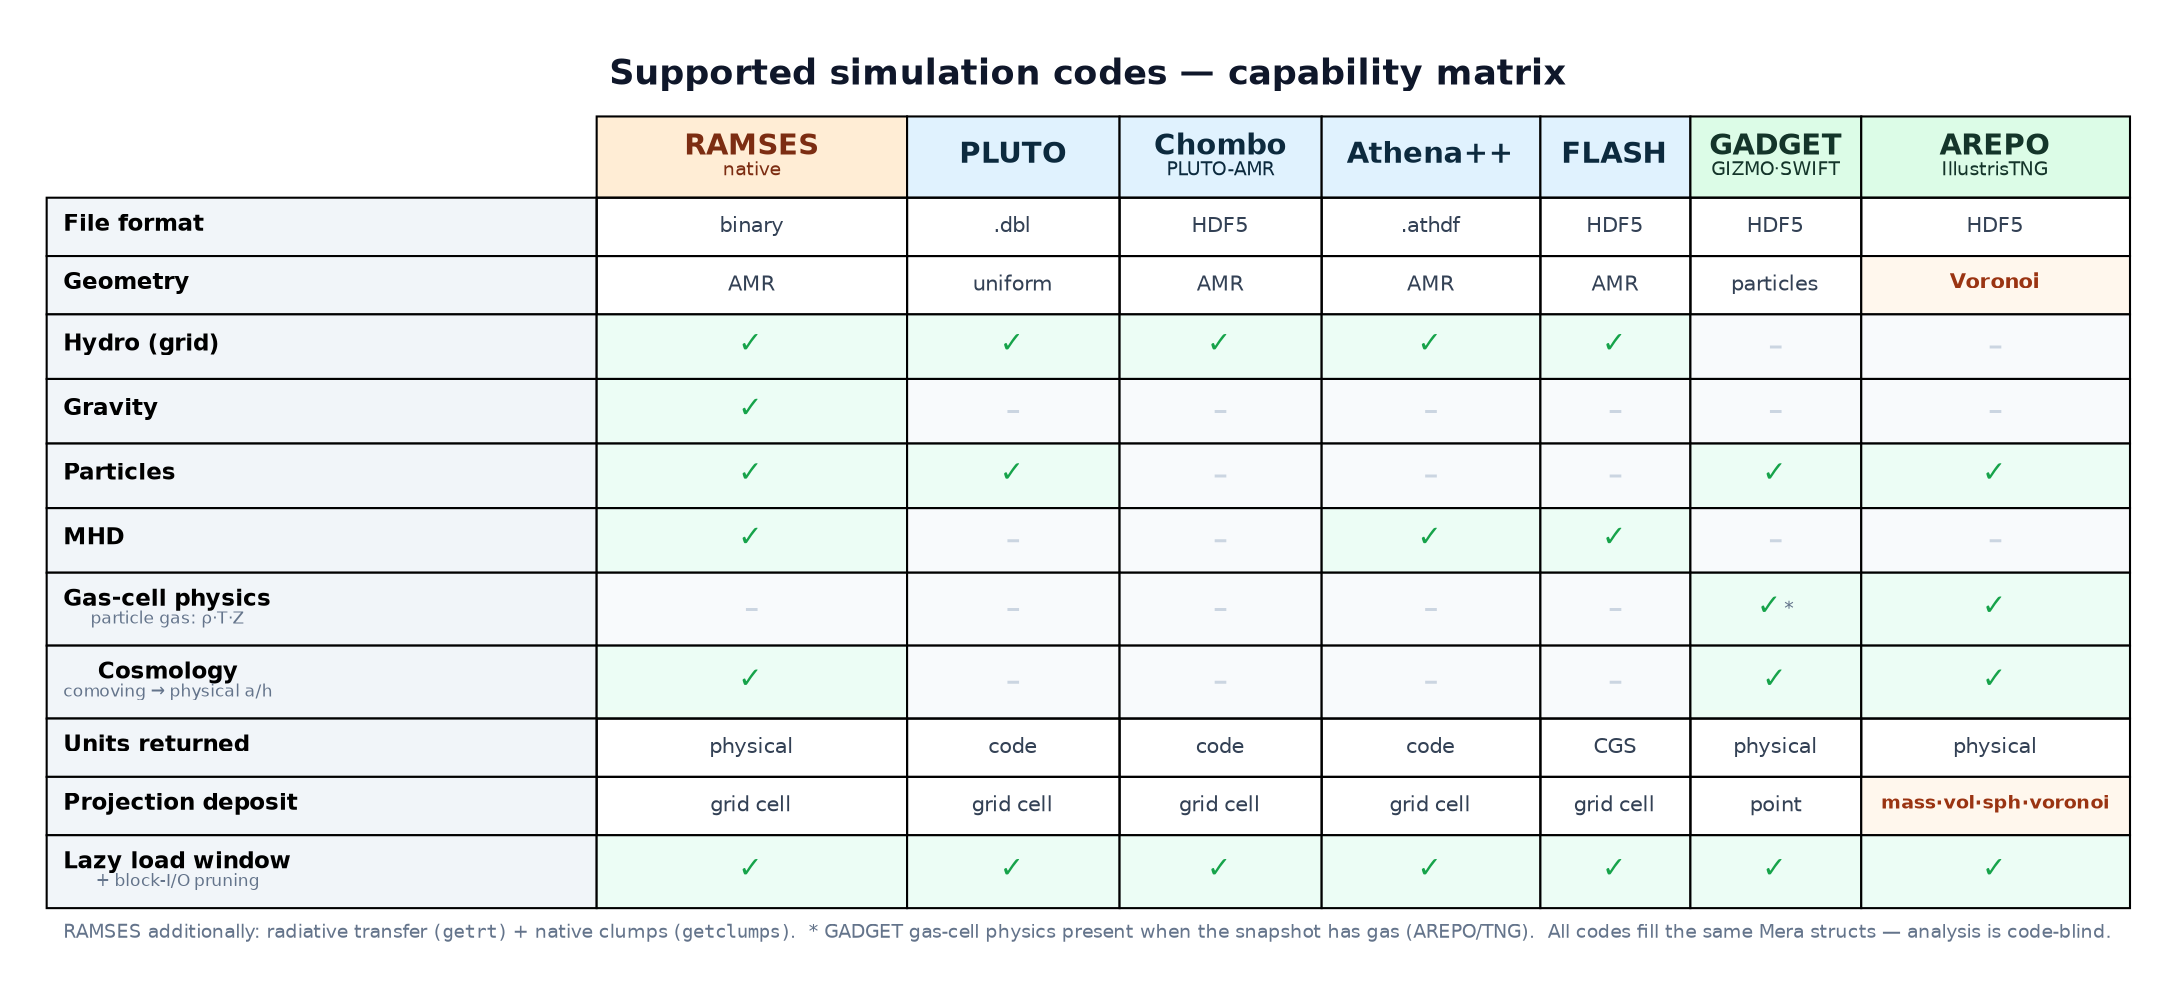
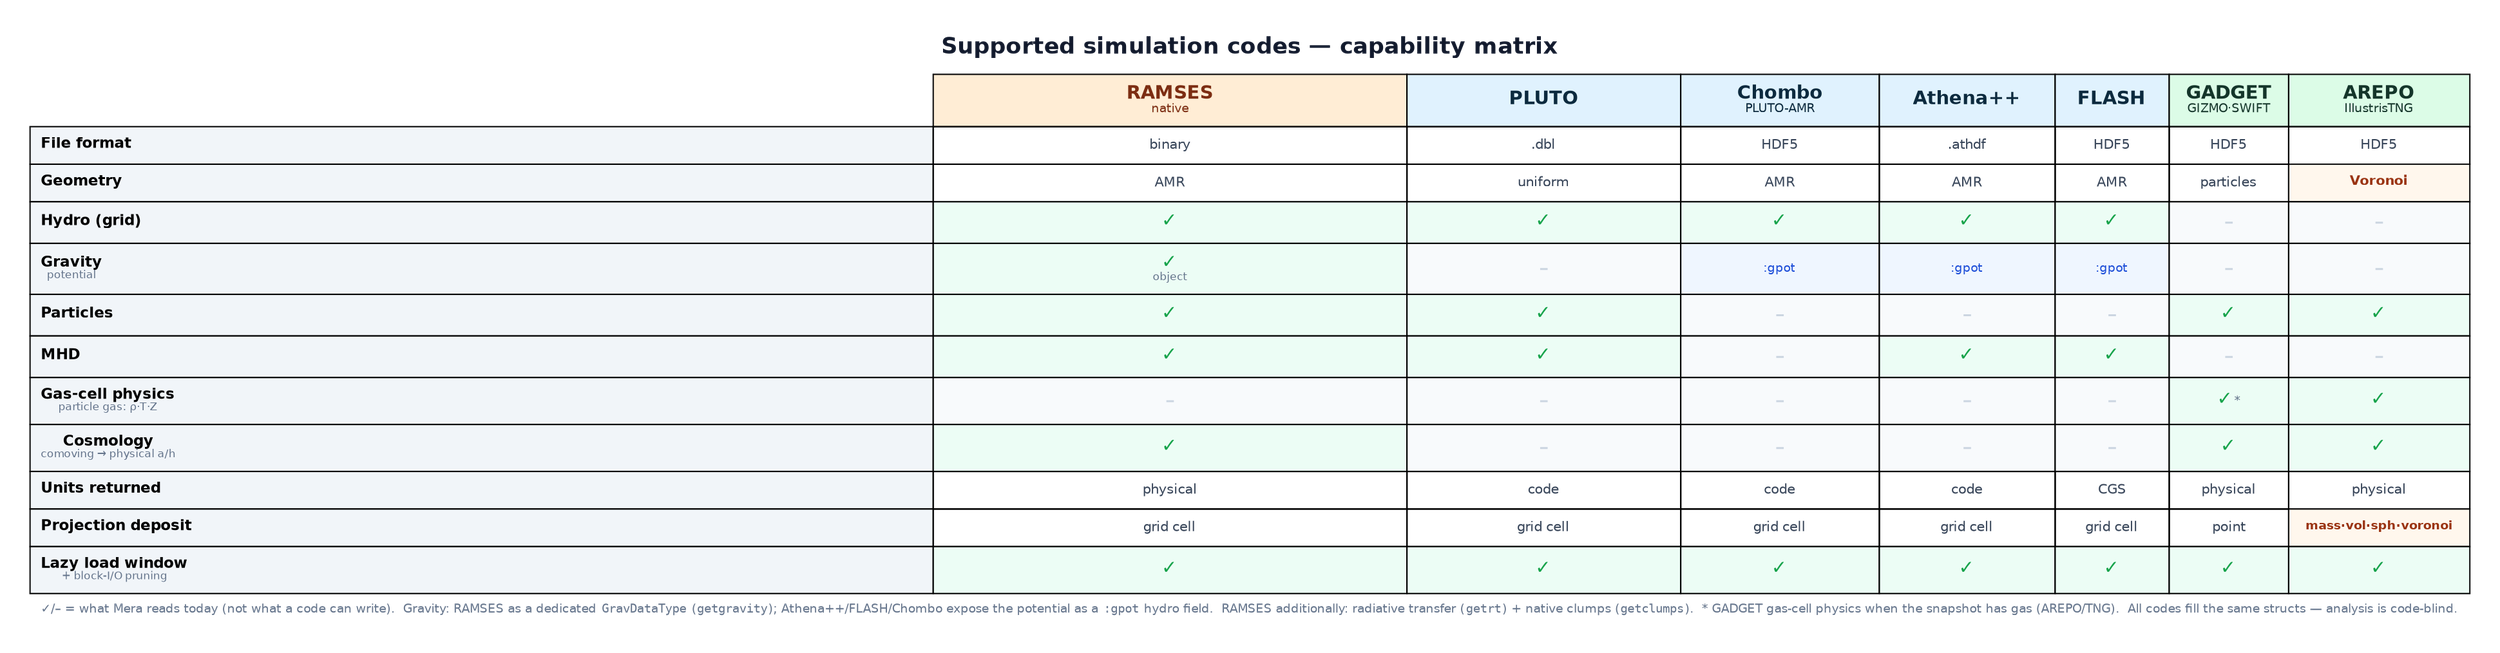
// Mera.jl multi-code capability matrix — source for docs/src/assets/MulticodeCapabilities.png
// Render: dot -Tpng -Gdpi=170 docs/multicode_capabilities.dot -o docs/src/assets/MulticodeCapabilities.png
//
// Companion to TypeHierarchy.png: that one maps codes -> structs; this one compares what each
// code supports. Header colour = family (orange native, blue grid/AMR, green particle/moving-mesh).
// Grounded in the "Supported codes" table in docs/src/multicode.md + the AREPO gas/projection rows.
digraph Capabilities {
    bgcolor="transparent";
    pad=0.2;
    node [shape=plaintext, fontname="Helvetica"];

    M [label=<
    <TABLE BORDER="0" CELLBORDER="1" CELLSPACING="0" CELLPADDING="7">
      <TR><TD COLSPAN="8" BORDER="0" CELLPADDING="9"><FONT POINT-SIZE="17" COLOR="#0f172a"><B>Supported simulation codes &#8212; capability matrix</B></FONT></TD></TR>
      <TR>
        <TD BORDER="0"></TD>
        <TD BGCOLOR="#ffedd5"><FONT COLOR="#7c2d12"><B>RAMSES</B><BR/><FONT POINT-SIZE="9">native</FONT></FONT></TD>
        <TD BGCOLOR="#e0f2fe"><FONT COLOR="#0c2a3e"><B>PLUTO</B></FONT></TD>
        <TD BGCOLOR="#e0f2fe"><FONT COLOR="#0c2a3e"><B>Chombo</B><BR/><FONT POINT-SIZE="9">PLUTO-AMR</FONT></FONT></TD>
        <TD BGCOLOR="#e0f2fe"><FONT COLOR="#0c2a3e"><B>Athena++</B></FONT></TD>
        <TD BGCOLOR="#e0f2fe"><FONT COLOR="#0c2a3e"><B>FLASH</B></FONT></TD>
        <TD BGCOLOR="#dcfce7"><FONT COLOR="#14352a"><B>GADGET</B><BR/><FONT POINT-SIZE="9">GIZMO&#183;SWIFT</FONT></FONT></TD>
        <TD BGCOLOR="#dcfce7"><FONT COLOR="#14352a"><B>AREPO</B><BR/><FONT POINT-SIZE="9">IllustrisTNG</FONT></FONT></TD>
      </TR>

      <TR>
        <TD ALIGN="LEFT" BGCOLOR="#f1f5f9"><FONT POINT-SIZE="11"><B>File format</B></FONT></TD>
        <TD><FONT POINT-SIZE="10" COLOR="#334155">binary</FONT></TD>
        <TD><FONT POINT-SIZE="10" COLOR="#334155">.dbl</FONT></TD>
        <TD><FONT POINT-SIZE="10" COLOR="#334155">HDF5</FONT></TD>
        <TD><FONT POINT-SIZE="10" COLOR="#334155">.athdf</FONT></TD>
        <TD><FONT POINT-SIZE="10" COLOR="#334155">HDF5</FONT></TD>
        <TD><FONT POINT-SIZE="10" COLOR="#334155">HDF5</FONT></TD>
        <TD><FONT POINT-SIZE="10" COLOR="#334155">HDF5</FONT></TD>
      </TR>
      <TR>
        <TD ALIGN="LEFT" BGCOLOR="#f1f5f9"><FONT POINT-SIZE="11"><B>Geometry</B></FONT></TD>
        <TD><FONT POINT-SIZE="10" COLOR="#334155">AMR</FONT></TD>
        <TD><FONT POINT-SIZE="10" COLOR="#334155">uniform</FONT></TD>
        <TD><FONT POINT-SIZE="10" COLOR="#334155">AMR</FONT></TD>
        <TD><FONT POINT-SIZE="10" COLOR="#334155">AMR</FONT></TD>
        <TD><FONT POINT-SIZE="10" COLOR="#334155">AMR</FONT></TD>
        <TD><FONT POINT-SIZE="10" COLOR="#334155">particles</FONT></TD>
        <TD BGCOLOR="#fff7ed"><FONT POINT-SIZE="10" COLOR="#9a3412"><B>Voronoi</B></FONT></TD>
      </TR>
      <TR>
        <TD ALIGN="LEFT" BGCOLOR="#f1f5f9"><FONT POINT-SIZE="11"><B>Hydro (grid)</B></FONT></TD>
        <TD BGCOLOR="#ecfdf5"><FONT COLOR="#16a34a"><B>&#10003;</B></FONT></TD>
        <TD BGCOLOR="#ecfdf5"><FONT COLOR="#16a34a"><B>&#10003;</B></FONT></TD>
        <TD BGCOLOR="#ecfdf5"><FONT COLOR="#16a34a"><B>&#10003;</B></FONT></TD>
        <TD BGCOLOR="#ecfdf5"><FONT COLOR="#16a34a"><B>&#10003;</B></FONT></TD>
        <TD BGCOLOR="#ecfdf5"><FONT COLOR="#16a34a"><B>&#10003;</B></FONT></TD>
        <TD BGCOLOR="#f8fafc"><FONT COLOR="#cbd5e1">&#8211;</FONT></TD>
        <TD BGCOLOR="#f8fafc"><FONT COLOR="#cbd5e1">&#8211;</FONT></TD>
      </TR>
      <TR>
-         <TD ALIGN="LEFT" BGCOLOR="#f1f5f9"><FONT POINT-SIZE="11"><B>Gravity</B></FONT></TD>
-         <TD BGCOLOR="#ecfdf5"><FONT COLOR="#16a34a"><B>&#10003;</B></FONT></TD>
+         <TD ALIGN="LEFT" BGCOLOR="#f1f5f9"><FONT POINT-SIZE="11"><B>Gravity</B><BR/><FONT POINT-SIZE="8.5" COLOR="#64748b">potential</FONT></FONT></TD>
+         <TD BGCOLOR="#ecfdf5"><FONT COLOR="#16a34a"><B>&#10003;</B></FONT><BR/><FONT POINT-SIZE="8" COLOR="#64748b">object</FONT></TD>
        <TD BGCOLOR="#f8fafc"><FONT COLOR="#cbd5e1">&#8211;</FONT></TD>
-         <TD BGCOLOR="#f8fafc"><FONT COLOR="#cbd5e1">&#8211;</FONT></TD>
-         <TD BGCOLOR="#f8fafc"><FONT COLOR="#cbd5e1">&#8211;</FONT></TD>
-         <TD BGCOLOR="#f8fafc"><FONT COLOR="#cbd5e1">&#8211;</FONT></TD>
+         <TD BGCOLOR="#eff6ff"><FONT POINT-SIZE="9.5" COLOR="#1d4ed8">:gpot</FONT></TD>
+         <TD BGCOLOR="#eff6ff"><FONT POINT-SIZE="9.5" COLOR="#1d4ed8">:gpot</FONT></TD>
+         <TD BGCOLOR="#eff6ff"><FONT POINT-SIZE="9.5" COLOR="#1d4ed8">:gpot</FONT></TD>
        <TD BGCOLOR="#f8fafc"><FONT COLOR="#cbd5e1">&#8211;</FONT></TD>
        <TD BGCOLOR="#f8fafc"><FONT COLOR="#cbd5e1">&#8211;</FONT></TD>
      </TR>
      <TR>
        <TD ALIGN="LEFT" BGCOLOR="#f1f5f9"><FONT POINT-SIZE="11"><B>Particles</B></FONT></TD>
        <TD BGCOLOR="#ecfdf5"><FONT COLOR="#16a34a"><B>&#10003;</B></FONT></TD>
        <TD BGCOLOR="#ecfdf5"><FONT COLOR="#16a34a"><B>&#10003;</B></FONT></TD>
        <TD BGCOLOR="#f8fafc"><FONT COLOR="#cbd5e1">&#8211;</FONT></TD>
        <TD BGCOLOR="#f8fafc"><FONT COLOR="#cbd5e1">&#8211;</FONT></TD>
        <TD BGCOLOR="#f8fafc"><FONT COLOR="#cbd5e1">&#8211;</FONT></TD>
        <TD BGCOLOR="#ecfdf5"><FONT COLOR="#16a34a"><B>&#10003;</B></FONT></TD>
        <TD BGCOLOR="#ecfdf5"><FONT COLOR="#16a34a"><B>&#10003;</B></FONT></TD>
      </TR>
      <TR>
        <TD ALIGN="LEFT" BGCOLOR="#f1f5f9"><FONT POINT-SIZE="11"><B>MHD</B></FONT></TD>
        <TD BGCOLOR="#ecfdf5"><FONT COLOR="#16a34a"><B>&#10003;</B></FONT></TD>
-         <TD BGCOLOR="#f8fafc"><FONT COLOR="#cbd5e1">&#8211;</FONT></TD>
+         <TD BGCOLOR="#ecfdf5"><FONT COLOR="#16a34a"><B>&#10003;</B></FONT></TD>
        <TD BGCOLOR="#f8fafc"><FONT COLOR="#cbd5e1">&#8211;</FONT></TD>
        <TD BGCOLOR="#ecfdf5"><FONT COLOR="#16a34a"><B>&#10003;</B></FONT></TD>
        <TD BGCOLOR="#ecfdf5"><FONT COLOR="#16a34a"><B>&#10003;</B></FONT></TD>
        <TD BGCOLOR="#f8fafc"><FONT COLOR="#cbd5e1">&#8211;</FONT></TD>
        <TD BGCOLOR="#f8fafc"><FONT COLOR="#cbd5e1">&#8211;</FONT></TD>
      </TR>
      <TR>
        <TD ALIGN="LEFT" BGCOLOR="#f1f5f9"><FONT POINT-SIZE="11"><B>Gas-cell physics</B><BR/><FONT POINT-SIZE="8.5" COLOR="#64748b">particle gas: &#961;&#183;T&#183;Z</FONT></FONT></TD>
        <TD BGCOLOR="#f8fafc"><FONT COLOR="#cbd5e1">&#8211;</FONT></TD>
        <TD BGCOLOR="#f8fafc"><FONT COLOR="#cbd5e1">&#8211;</FONT></TD>
        <TD BGCOLOR="#f8fafc"><FONT COLOR="#cbd5e1">&#8211;</FONT></TD>
        <TD BGCOLOR="#f8fafc"><FONT COLOR="#cbd5e1">&#8211;</FONT></TD>
        <TD BGCOLOR="#f8fafc"><FONT COLOR="#cbd5e1">&#8211;</FONT></TD>
        <TD BGCOLOR="#ecfdf5"><FONT COLOR="#16a34a"><B>&#10003;</B></FONT><FONT POINT-SIZE="9" COLOR="#64748b">*</FONT></TD>
        <TD BGCOLOR="#ecfdf5"><FONT COLOR="#16a34a"><B>&#10003;</B></FONT></TD>
      </TR>
      <TR>
        <TD ALIGN="LEFT" BGCOLOR="#f1f5f9"><FONT POINT-SIZE="11"><B>Cosmology</B><BR/><FONT POINT-SIZE="8.5" COLOR="#64748b">comoving &#8594; physical a/h</FONT></FONT></TD>
        <TD BGCOLOR="#ecfdf5"><FONT COLOR="#16a34a"><B>&#10003;</B></FONT></TD>
        <TD BGCOLOR="#f8fafc"><FONT COLOR="#cbd5e1">&#8211;</FONT></TD>
        <TD BGCOLOR="#f8fafc"><FONT COLOR="#cbd5e1">&#8211;</FONT></TD>
        <TD BGCOLOR="#f8fafc"><FONT COLOR="#cbd5e1">&#8211;</FONT></TD>
        <TD BGCOLOR="#f8fafc"><FONT COLOR="#cbd5e1">&#8211;</FONT></TD>
        <TD BGCOLOR="#ecfdf5"><FONT COLOR="#16a34a"><B>&#10003;</B></FONT></TD>
        <TD BGCOLOR="#ecfdf5"><FONT COLOR="#16a34a"><B>&#10003;</B></FONT></TD>
      </TR>
      <TR>
        <TD ALIGN="LEFT" BGCOLOR="#f1f5f9"><FONT POINT-SIZE="11"><B>Units returned</B></FONT></TD>
        <TD><FONT POINT-SIZE="10" COLOR="#334155">physical</FONT></TD>
        <TD><FONT POINT-SIZE="10" COLOR="#334155">code</FONT></TD>
        <TD><FONT POINT-SIZE="10" COLOR="#334155">code</FONT></TD>
        <TD><FONT POINT-SIZE="10" COLOR="#334155">code</FONT></TD>
        <TD><FONT POINT-SIZE="10" COLOR="#334155">CGS</FONT></TD>
        <TD><FONT POINT-SIZE="10" COLOR="#334155">physical</FONT></TD>
        <TD><FONT POINT-SIZE="10" COLOR="#334155">physical</FONT></TD>
      </TR>
      <TR>
        <TD ALIGN="LEFT" BGCOLOR="#f1f5f9"><FONT POINT-SIZE="11"><B>Projection deposit</B></FONT></TD>
        <TD><FONT POINT-SIZE="10" COLOR="#334155">grid cell</FONT></TD>
        <TD><FONT POINT-SIZE="10" COLOR="#334155">grid cell</FONT></TD>
        <TD><FONT POINT-SIZE="10" COLOR="#334155">grid cell</FONT></TD>
        <TD><FONT POINT-SIZE="10" COLOR="#334155">grid cell</FONT></TD>
        <TD><FONT POINT-SIZE="10" COLOR="#334155">grid cell</FONT></TD>
        <TD><FONT POINT-SIZE="10" COLOR="#334155">point</FONT></TD>
        <TD BGCOLOR="#fff7ed"><FONT POINT-SIZE="9.5" COLOR="#9a3412"><B>mass&#183;vol&#183;sph&#183;voronoi</B></FONT></TD>
      </TR>
      <TR>
        <TD ALIGN="LEFT" BGCOLOR="#f1f5f9"><FONT POINT-SIZE="11"><B>Lazy load window</B><BR/><FONT POINT-SIZE="8.5" COLOR="#64748b">+ block-I/O pruning</FONT></FONT></TD>
        <TD BGCOLOR="#ecfdf5"><FONT COLOR="#16a34a"><B>&#10003;</B></FONT></TD>
        <TD BGCOLOR="#ecfdf5"><FONT COLOR="#16a34a"><B>&#10003;</B></FONT></TD>
        <TD BGCOLOR="#ecfdf5"><FONT COLOR="#16a34a"><B>&#10003;</B></FONT></TD>
        <TD BGCOLOR="#ecfdf5"><FONT COLOR="#16a34a"><B>&#10003;</B></FONT></TD>
        <TD BGCOLOR="#ecfdf5"><FONT COLOR="#16a34a"><B>&#10003;</B></FONT></TD>
        <TD BGCOLOR="#ecfdf5"><FONT COLOR="#16a34a"><B>&#10003;</B></FONT></TD>
        <TD BGCOLOR="#ecfdf5"><FONT COLOR="#16a34a"><B>&#10003;</B></FONT></TD>
      </TR>

-       <TR><TD COLSPAN="8" BORDER="0" ALIGN="LEFT" CELLPADDING="8"><FONT POINT-SIZE="9.5" COLOR="#64748b">RAMSES additionally: radiative transfer (<FONT FACE="Courier">getrt</FONT>) + native clumps (<FONT FACE="Courier">getclumps</FONT>).&#160;&#160;* GADGET gas-cell physics present when the snapshot has gas (AREPO/TNG).&#160;&#160;All codes fill the same Mera structs &#8212; analysis is code-blind.</FONT></TD></TR>
+       <TR><TD COLSPAN="8" BORDER="0" ALIGN="LEFT" CELLPADDING="8"><FONT POINT-SIZE="9.5" COLOR="#64748b">&#10003;/&#8211; = what Mera reads today (not what a code can write).&#160;&#160;Gravity: RAMSES as a dedicated <FONT FACE="Courier">GravDataType</FONT> (<FONT FACE="Courier">getgravity</FONT>); Athena++/FLASH/Chombo expose the potential as a <FONT FACE="Courier">:gpot</FONT> hydro field.&#160;&#160;RAMSES additionally: radiative transfer (<FONT FACE="Courier">getrt</FONT>) + native clumps (<FONT FACE="Courier">getclumps</FONT>).&#160;&#160;* GADGET gas-cell physics when the snapshot has gas (AREPO/TNG).&#160;&#160;All codes fill the same structs &#8212; analysis is code-blind.</FONT></TD></TR>
    </TABLE>
    >];
}
